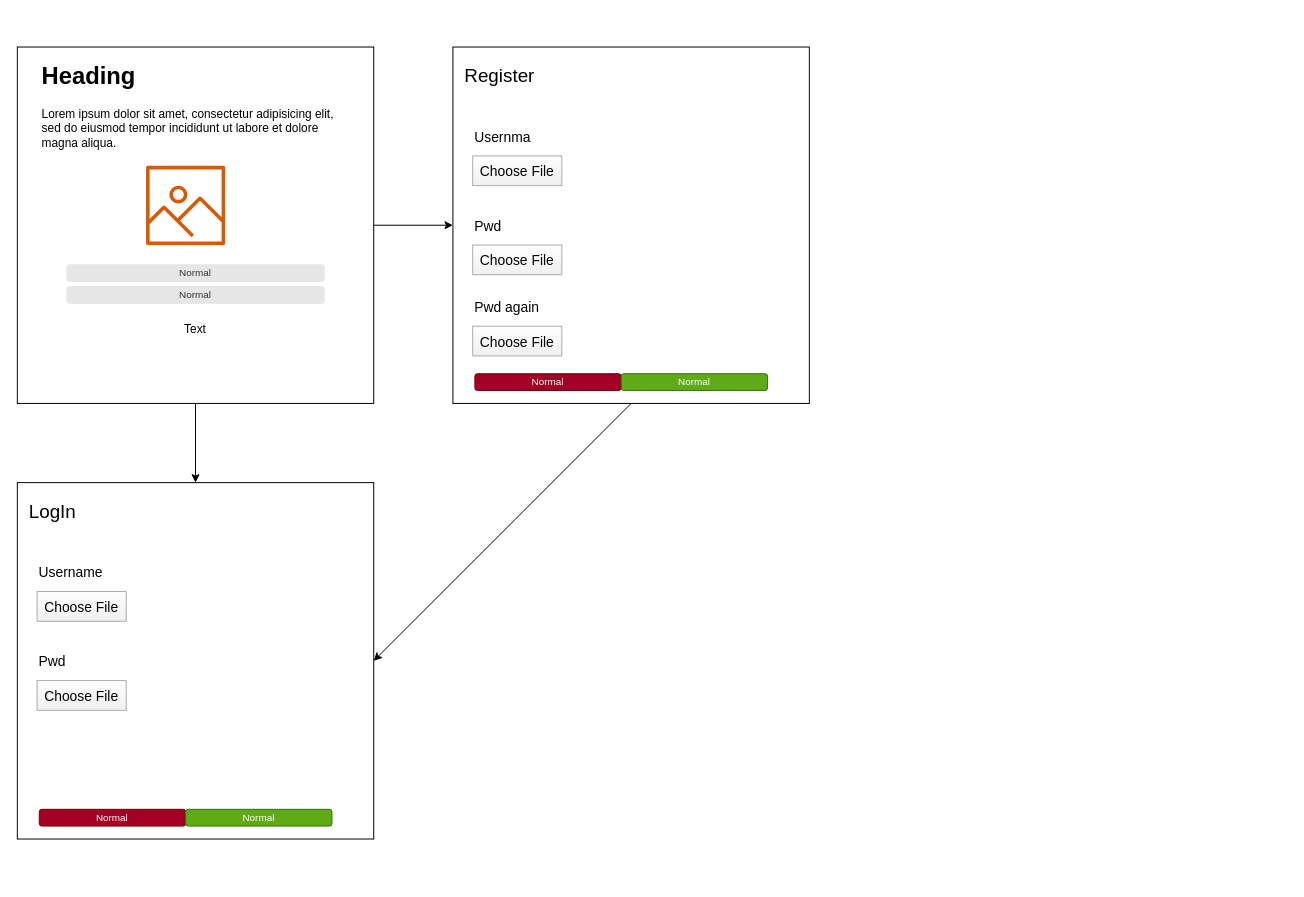
Before: docs/homepage.drawio in ale-sanchez-g/responsivefight, a draw.io diagram. Source tidied: cells renumbered, new cells numbered last; positions are measured from the earlier drawing's top-left corner, leaving out a move shared by most shapes. Both pictures are drawn from the tidied source at 99%, with x=0, y=0 at pixel (17, 47).
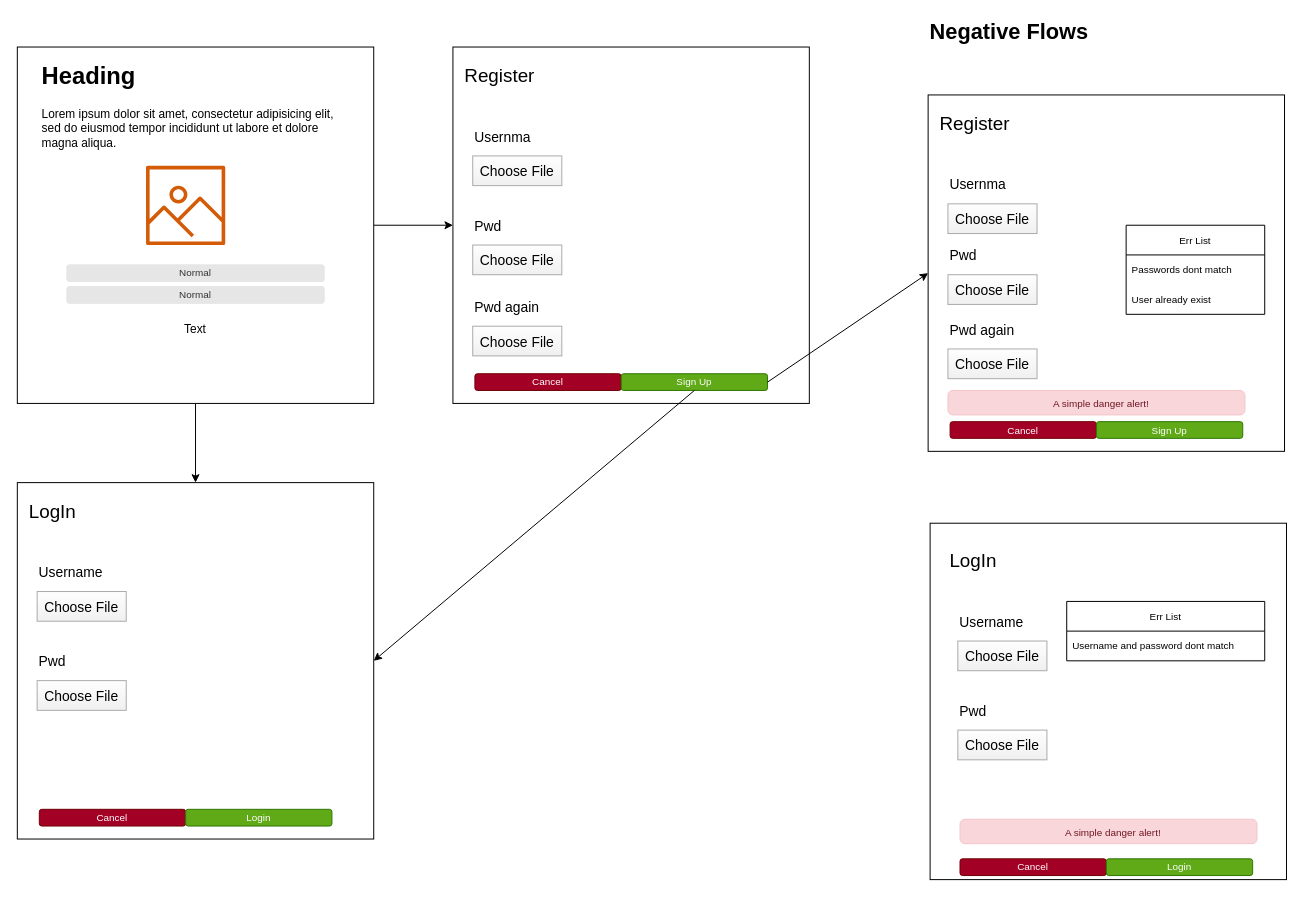
Above is the later version.

Commit message (it also covers changes not shown here):
login feature

The change refers to these unchanged cells:
```xml
<mxCell id="10" style="whiteSpace=wrap;html=1;" parent="1" vertex="1">
  <mxGeometry x="440" width="360" height="360" as="geometry" />
</mxCell>
<mxCell id="20" style="whiteSpace=wrap;html=1;" parent="1" vertex="1">
  <mxGeometry y="440" width="360" height="360" as="geometry" />
</mxCell>
```

Change to the diagram source:
```diff
@@
-    <mxCell id="18" value="Normal" style="rounded=1;html=1;shadow=0;dashed=0;whiteSpace=wrap;fontSize=10;fillColor=#a20025;align=center;strokeColor=#6F0000;fontColor=#ffffff;" parent="1" vertex="1">
+    <mxCell id="18" value="Cancel" style="rounded=1;html=1;shadow=0;dashed=0;whiteSpace=wrap;fontSize=10;fillColor=#a20025;align=center;strokeColor=#6F0000;fontColor=#ffffff;" parent="1" vertex="1">
       <mxGeometry x="462.2" y="330" width="147.8" height="16.9" as="geometry" />
     </mxCell>
-    <mxCell id="19" value="Normal" style="rounded=1;html=1;shadow=0;dashed=0;whiteSpace=wrap;fontSize=10;fillColor=#60a917;align=center;strokeColor=#2D7600;fontColor=#ffffff;" parent="1" vertex="1">
+    <mxCell id="19" value="Sign Up" style="rounded=1;html=1;shadow=0;dashed=0;whiteSpace=wrap;fontSize=10;fillColor=#60a917;align=center;strokeColor=#2D7600;fontColor=#ffffff;" parent="1" vertex="1">
       <mxGeometry x="610" y="330" width="147.8" height="16.9" as="geometry" />
     </mxCell>
@@
-    <mxCell id="26" value="Normal" style="rounded=1;html=1;shadow=0;dashed=0;whiteSpace=wrap;fontSize=10;fillColor=#a20025;align=center;strokeColor=#6F0000;fontColor=#ffffff;" parent="1" vertex="1">
+    <mxCell id="26" value="Cancel" style="rounded=1;html=1;shadow=0;dashed=0;whiteSpace=wrap;fontSize=10;fillColor=#a20025;align=center;strokeColor=#6F0000;fontColor=#ffffff;" parent="1" vertex="1">
       <mxGeometry x="22.2" y="770" width="147.8" height="16.9" as="geometry" />
     </mxCell>
-    <mxCell id="27" value="Normal" style="rounded=1;html=1;shadow=0;dashed=0;whiteSpace=wrap;fontSize=10;fillColor=#60a917;align=center;strokeColor=#2D7600;fontColor=#ffffff;" parent="1" vertex="1">
+    <mxCell id="27" value="Login" style="rounded=1;html=1;shadow=0;dashed=0;whiteSpace=wrap;fontSize=10;fillColor=#60a917;align=center;strokeColor=#2D7600;fontColor=#ffffff;" parent="1" vertex="1">
       <mxGeometry x="170" y="770" width="147.8" height="16.9" as="geometry" />
     </mxCell>
-    <mxCell id="28" style="endArrow=classic;html=1;fontSize=19;exitX=0.5;exitY=1;exitDx=0;exitDy=0;entryX=1;entryY=0.5;entryDx=0;entryDy=0;" parent="1" edge="1" source="10" target="20">
+    <mxCell id="28" style="endArrow=classic;html=1;fontSize=19;exitX=0.5;exitY=1;exitDx=0;exitDy=0;entryX=1;entryY=0.5;entryDx=0;entryDy=0;" parent="1" edge="1" source="19" target="20">
       <mxGeometry relative="1" as="geometry" />
     </mxCell>
+    <mxCell id="29" style="whiteSpace=wrap;html=1;" parent="1" vertex="1">
+      <mxGeometry x="920" y="48.4" width="360" height="360" as="geometry" />
+    </mxCell>
+    <mxCell id="30" value="&lt;font style=&quot;font-size: 19px&quot;&gt;Register&lt;/font&gt;" style="text;html=1;strokeColor=none;fillColor=none;align=left;verticalAlign=middle;whiteSpace=wrap;rounded=0;" parent="1" vertex="1">
+      <mxGeometry x="930" y="58.4" width="130" height="40" as="geometry" />
+    </mxCell>
+    <mxCell id="31" value="Usernma" style="fillColor=none;strokeColor=none;align=left;fontSize=14;" parent="1" vertex="1">
+      <mxGeometry x="940" y="118.4" width="150" height="40" as="geometry" />
+    </mxCell>
+    <mxCell id="32" value="Choose File" style="fillColor=#FEFEFE;strokeColor=#AAAAAA;fontSize=14;gradientColor=#F0F0F0;" parent="1" vertex="1">
+      <mxGeometry x="940" y="158.4" width="90" height="30" as="geometry" />
+    </mxCell>
+    <mxCell id="33" value="Pwd" style="fillColor=none;strokeColor=none;align=left;fontSize=14;" parent="1" vertex="1">
+      <mxGeometry x="940" y="190" width="150" height="40" as="geometry" />
+    </mxCell>
+    <mxCell id="34" value="Choose File" style="fillColor=#FEFEFE;strokeColor=#AAAAAA;fontSize=14;gradientColor=#F0F0F0;" parent="1" vertex="1">
+      <mxGeometry x="940" y="230" width="90" height="30" as="geometry" />
+    </mxCell>
+    <mxCell id="35" value="Pwd again" style="fillColor=none;strokeColor=none;align=left;fontSize=14;" parent="1" vertex="1">
+      <mxGeometry x="940" y="265" width="150" height="40" as="geometry" />
+    </mxCell>
+    <mxCell id="36" value="Choose File" style="fillColor=#FEFEFE;strokeColor=#AAAAAA;fontSize=14;gradientColor=#F0F0F0;" parent="1" vertex="1">
+      <mxGeometry x="940" y="305" width="90" height="30" as="geometry" />
+    </mxCell>
+    <mxCell id="37" value="Cancel" style="rounded=1;html=1;shadow=0;dashed=0;whiteSpace=wrap;fontSize=10;fillColor=#a20025;align=center;strokeColor=#6F0000;fontColor=#ffffff;" parent="1" vertex="1">
+      <mxGeometry x="942.2" y="378.4" width="147.8" height="16.9" as="geometry" />
+    </mxCell>
+    <mxCell id="38" value="Sign Up" style="rounded=1;html=1;shadow=0;dashed=0;whiteSpace=wrap;fontSize=10;fillColor=#60a917;align=center;strokeColor=#2D7600;fontColor=#ffffff;" parent="1" vertex="1">
+      <mxGeometry x="1090" y="378.4" width="147.8" height="16.9" as="geometry" />
+    </mxCell>
+    <mxCell id="39" value="&lt;b&gt;&lt;font style=&quot;font-size: 22px&quot;&gt;Negative Flows&lt;/font&gt;&lt;/b&gt;" style="text;html=1;strokeColor=none;fillColor=none;align=left;verticalAlign=middle;whiteSpace=wrap;rounded=0;fontSize=19;" parent="1" vertex="1">
+      <mxGeometry x="920" y="-30" width="200" height="30" as="geometry" />
+    </mxCell>
+    <mxCell id="40" value="&lt;font style=&quot;font-size: 10px&quot;&gt;A simple danger alert!&lt;/font&gt;" style="html=1;shadow=0;dashed=0;shape=mxgraph.bootstrap.rrect;rSize=5;strokeColor=#F4C5CB;strokeWidth=1;fillColor=#F8D6DA;fontColor=#711623;whiteSpace=wrap;align=center;verticalAlign=bottom;spacingLeft=10;fontSize=22;" parent="1" vertex="1">
+      <mxGeometry x="940" y="346.9" width="300" height="24.7" as="geometry" />
+    </mxCell>
+    <mxCell id="41" value="Err List" style="swimlane;fontStyle=0;horizontal=1;startSize=30;fontSize=10;" parent="1" vertex="1">
+      <mxGeometry x="1120" y="180" width="140" height="90" as="geometry" />
+    </mxCell>
+    <mxCell id="42" value="Passwords dont match" style="text;strokeColor=none;fillColor=none;align=left;verticalAlign=middle;spacingLeft=4;spacingRight=4;overflow=hidden;fontSize=10;" parent="41" vertex="1">
+      <mxGeometry y="30" width="140" height="30" as="geometry" />
+    </mxCell>
+    <mxCell id="43" value="User already exist" style="text;strokeColor=none;fillColor=none;align=left;verticalAlign=middle;spacingLeft=4;spacingRight=4;overflow=hidden;fontSize=10;" parent="41" vertex="1">
+      <mxGeometry y="60" width="140" height="30" as="geometry" />
+    </mxCell>
+    <mxCell id="44" style="endArrow=classic;html=1;fontSize=10;exitX=1;exitY=0.5;exitDx=0;exitDy=0;entryX=0;entryY=0.5;entryDx=0;entryDy=0;" parent="1" edge="1" source="19" target="29">
+      <mxGeometry relative="1" as="geometry" />
+    </mxCell>
+    <mxCell id="45" style="whiteSpace=wrap;html=1;" parent="1" vertex="1">
+      <mxGeometry x="922" y="481" width="360" height="360" as="geometry" />
+    </mxCell>
+    <mxCell id="46" value="&lt;font style=&quot;font-size: 19px&quot;&gt;LogIn&lt;/font&gt;" style="text;html=1;strokeColor=none;fillColor=none;align=left;verticalAlign=middle;whiteSpace=wrap;rounded=0;" parent="1" vertex="1">
+      <mxGeometry x="940" y="500" width="130" height="40" as="geometry" />
+    </mxCell>
+    <mxCell id="47" value="Username" style="fillColor=none;strokeColor=none;align=left;fontSize=14;" parent="1" vertex="1">
+      <mxGeometry x="950" y="560" width="150" height="40" as="geometry" />
+    </mxCell>
+    <mxCell id="48" value="Choose File" style="fillColor=#FEFEFE;strokeColor=#AAAAAA;fontSize=14;gradientColor=#F0F0F0;" parent="1" vertex="1">
+      <mxGeometry x="950" y="600" width="90" height="30" as="geometry" />
+    </mxCell>
+    <mxCell id="49" value="Pwd" style="fillColor=none;strokeColor=none;align=left;fontSize=14;" parent="1" vertex="1">
+      <mxGeometry x="950" y="650" width="150" height="40" as="geometry" />
+    </mxCell>
+    <mxCell id="50" value="Choose File" style="fillColor=#FEFEFE;strokeColor=#AAAAAA;fontSize=14;gradientColor=#F0F0F0;" parent="1" vertex="1">
+      <mxGeometry x="950" y="690" width="90" height="30" as="geometry" />
+    </mxCell>
+    <mxCell id="51" value="Cancel" style="rounded=1;html=1;shadow=0;dashed=0;whiteSpace=wrap;fontSize=10;fillColor=#a20025;align=center;strokeColor=#6F0000;fontColor=#ffffff;" parent="1" vertex="1">
+      <mxGeometry x="952.2" y="820" width="147.8" height="16.9" as="geometry" />
+    </mxCell>
+    <mxCell id="52" value="Login" style="rounded=1;html=1;shadow=0;dashed=0;whiteSpace=wrap;fontSize=10;fillColor=#60a917;align=center;strokeColor=#2D7600;fontColor=#ffffff;" parent="1" vertex="1">
+      <mxGeometry x="1100" y="820" width="147.8" height="16.9" as="geometry" />
+    </mxCell>
+    <mxCell id="53" value="&lt;font style=&quot;font-size: 10px&quot;&gt;A simple danger alert!&lt;/font&gt;" style="html=1;shadow=0;dashed=0;shape=mxgraph.bootstrap.rrect;rSize=5;strokeColor=#F4C5CB;strokeWidth=1;fillColor=#F8D6DA;fontColor=#711623;whiteSpace=wrap;align=center;verticalAlign=bottom;spacingLeft=10;fontSize=22;" parent="1" vertex="1">
+      <mxGeometry x="952.2" y="780" width="300" height="24.7" as="geometry" />
+    </mxCell>
+    <mxCell id="54" value="Err List" style="swimlane;fontStyle=0;horizontal=1;startSize=30;fontSize=10;" parent="1" vertex="1">
+      <mxGeometry x="1060" y="560" width="200" height="60" as="geometry" />
+    </mxCell>
+    <mxCell id="55" value="Username and password dont match" style="text;strokeColor=none;fillColor=none;align=left;verticalAlign=middle;spacingLeft=4;spacingRight=4;overflow=hidden;fontSize=10;" parent="54" vertex="1">
+      <mxGeometry y="30" width="200" height="30" as="geometry" />
+    </mxCell>
```
